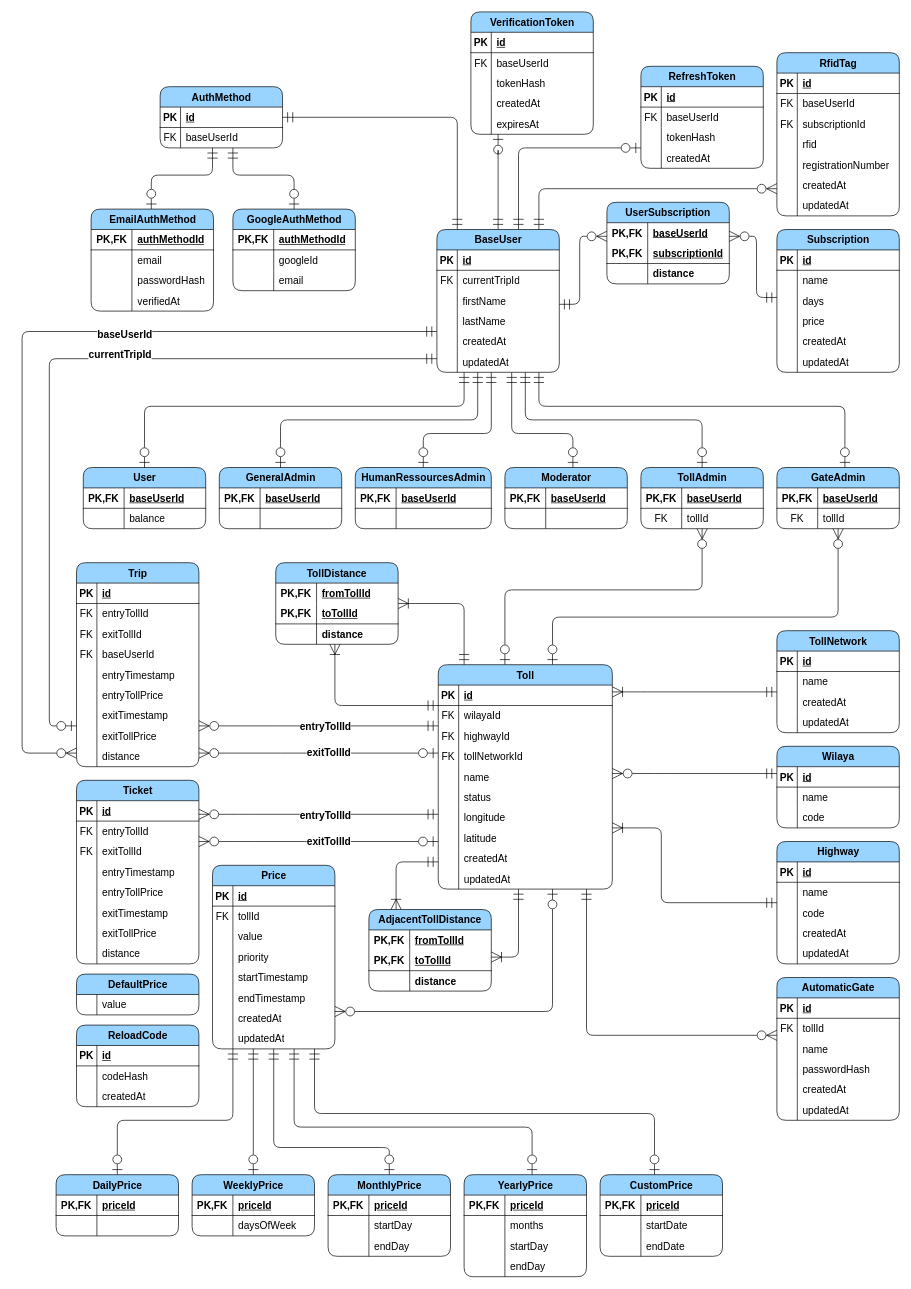
devlotfi/peage-pay keeps this draw.io diagram as diagrams/entity-relation.drawio. Above is the earlier version. Source tidied: cells renumbered, new cells numbered last; positions are measured from the earlier drawing's top-left corner, leaving out a move shared by most shapes. Both pictures are drawn from the tidied source at 68%, with x=0, y=0 at pixel (22, 12).
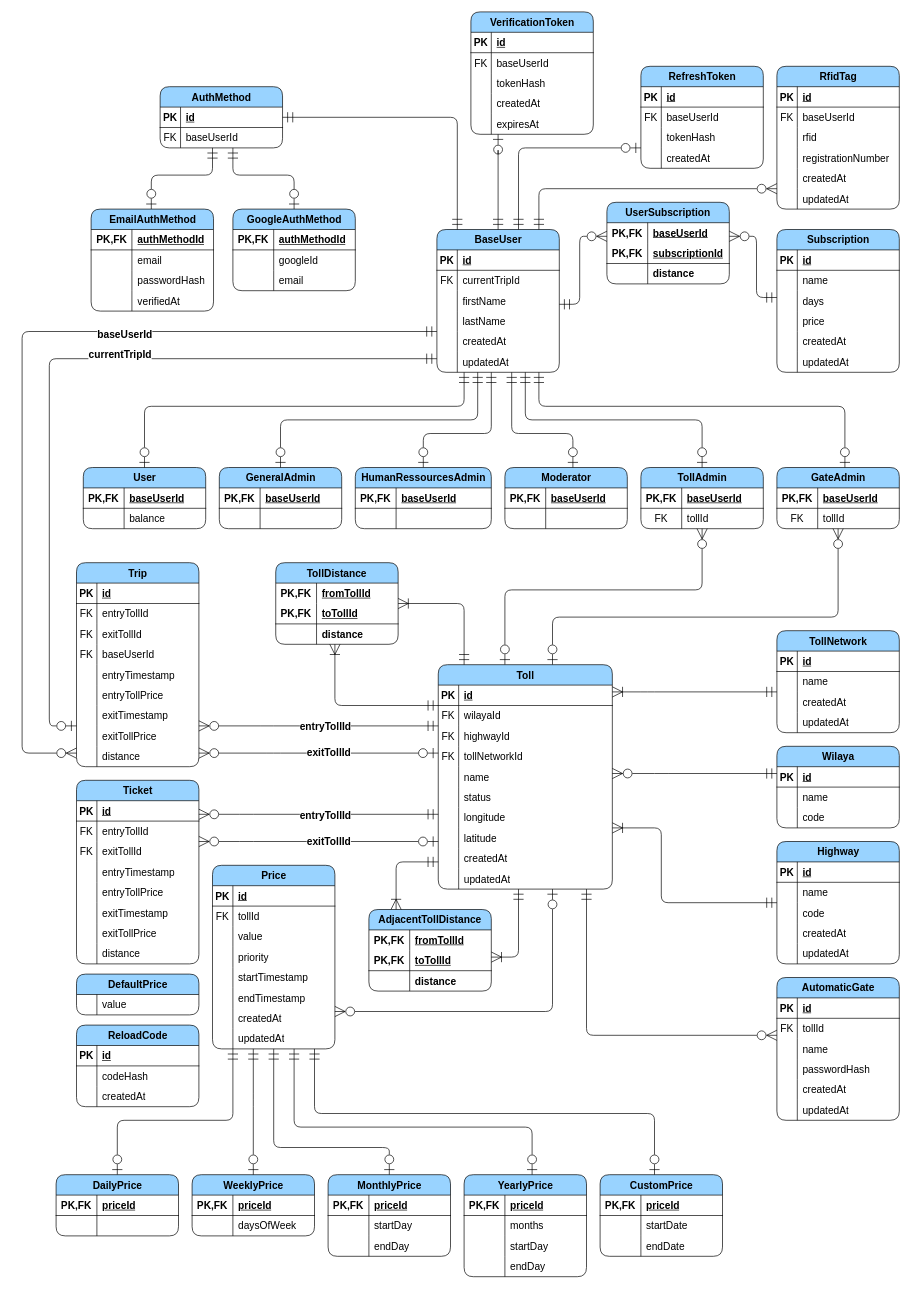
The same page after the edit.

Diff of the diagram source:
```diff
@@
     <mxCell id="133" value="RfidTag" style="shape=table;startSize=30;childLayout=tableLayout;rowLines=0;fontStyle=1;align=center;html=1;rounded=1;fillColor=#99D3FF;fontSize=15;" parent="1" vertex="1">
-      <mxGeometry x="1110" y="60" width="180" height="240" as="geometry" />
+      <mxGeometry x="1110" y="80" width="180" height="210" as="geometry" />
     </mxCell>
@@
-    <mxCell id="140" style="shape=tableRow;horizontal=0;startSize=0;swimlaneHead=0;swimlaneBody=0;fillColor=none;top=0;left=0;right=0;bottom=0;fontSize=15;" parent="133" vertex="1">
-      <mxGeometry y="90" width="180" height="30" as="geometry" />
-    </mxCell>
-    <mxCell id="141" value="FK" style="shape=partialRectangle;fillColor=none;top=0;left=0;bottom=0;right=0;overflow=hidden;whiteSpace=wrap;html=1;fontSize=15;" parent="140" vertex="1">
-      <mxGeometry width="30" height="30" as="geometry" />
-    </mxCell>
-    <mxCell id="142" value="subscriptionId" style="shape=partialRectangle;fillColor=none;top=0;left=0;bottom=0;right=0;align=left;spacingLeft=6;overflow=hidden;whiteSpace=wrap;html=1;fontSize=15;" parent="140" vertex="1">
-      <mxGeometry x="30" width="150" height="30" as="geometry" />
-    </mxCell>
     <mxCell id="143" style="shape=tableRow;horizontal=0;startSize=0;swimlaneHead=0;swimlaneBody=0;fillColor=none;top=0;left=0;right=0;bottom=0;fontSize=15;" parent="133" vertex="1">
-      <mxGeometry y="120" width="180" height="30" as="geometry" />
+      <mxGeometry y="90" width="180" height="30" as="geometry" />
     </mxCell>
@@
     <mxCell id="146" style="shape=tableRow;horizontal=0;startSize=0;swimlaneHead=0;swimlaneBody=0;fillColor=none;top=0;left=0;right=0;bottom=0;fontSize=15;" parent="133" vertex="1">
-      <mxGeometry y="150" width="180" height="30" as="geometry" />
+      <mxGeometry y="120" width="180" height="30" as="geometry" />
     </mxCell>
@@
     <mxCell id="149" style="shape=tableRow;horizontal=0;startSize=0;swimlaneHead=0;swimlaneBody=0;fillColor=none;top=0;left=0;right=0;bottom=0;fontSize=15;" parent="133" vertex="1">
-      <mxGeometry y="180" width="180" height="30" as="geometry" />
+      <mxGeometry y="150" width="180" height="30" as="geometry" />
     </mxCell>
@@
     <mxCell id="152" style="shape=tableRow;horizontal=0;startSize=0;swimlaneHead=0;swimlaneBody=0;fillColor=none;top=0;left=0;right=0;bottom=0;fontSize=15;" parent="133" vertex="1">
-      <mxGeometry y="210" width="180" height="30" as="geometry" />
+      <mxGeometry y="180" width="180" height="30" as="geometry" />
     </mxCell>
```
